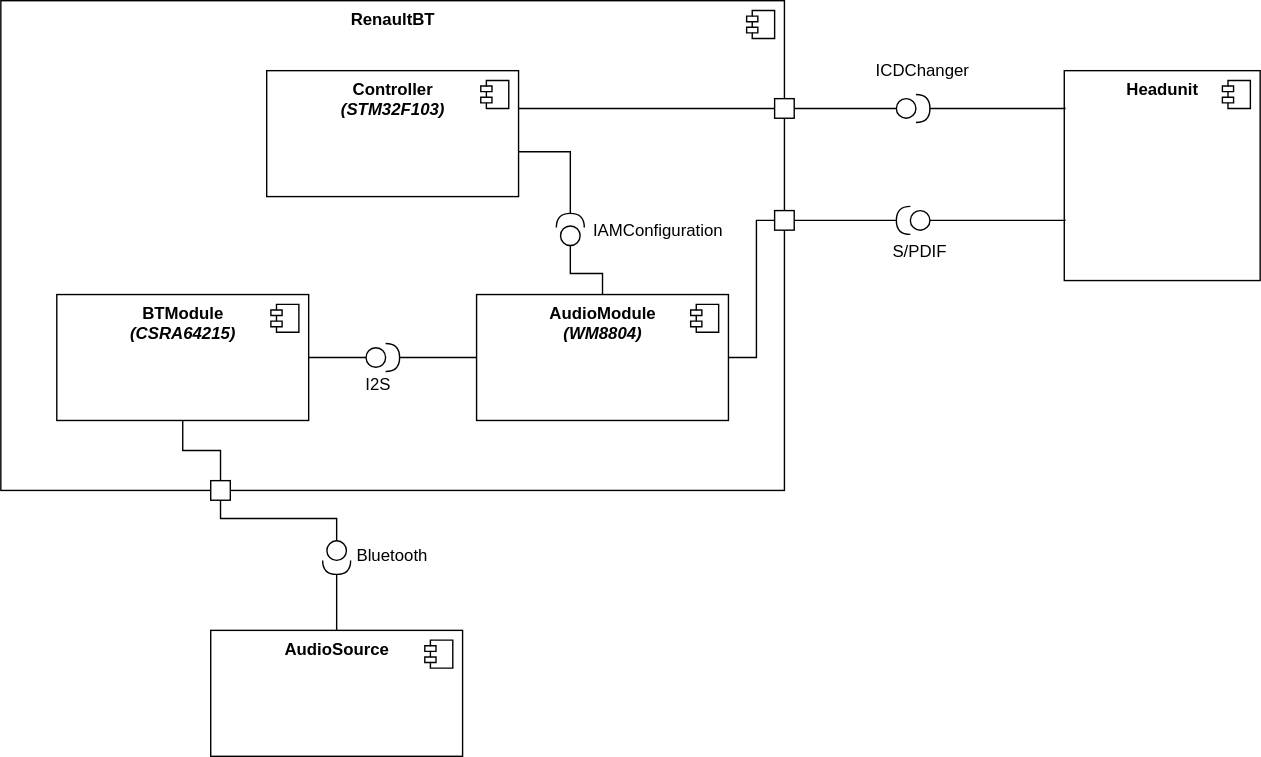
The draw.io diagram Docs/Components.svg in lengyela89/Renault-BT, before a commit. Source tidied: cells renumbered, new cells last; positions are measured from the earlier drawing's top-left corner, leaving out a move shared by most shapes.
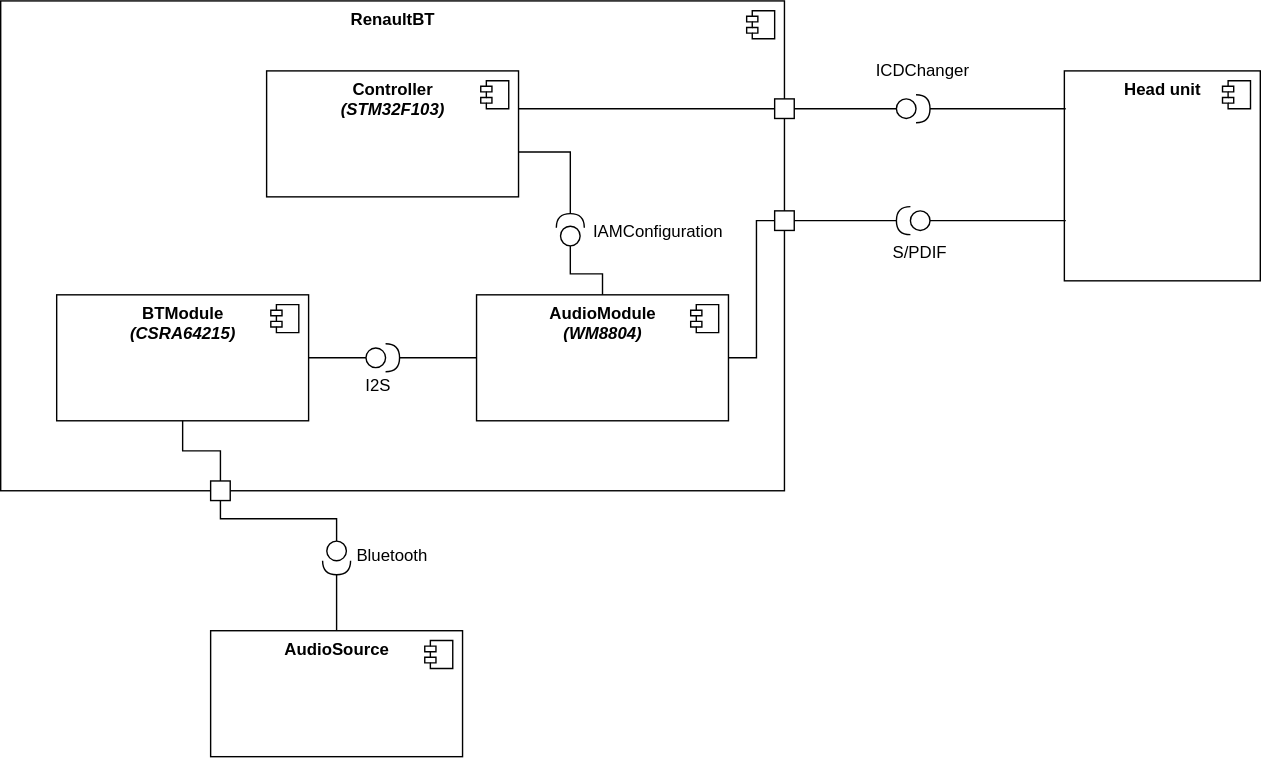
Later version of the same file.

Commit message:
Added simplified component diagram to describe the connection between the HU and CDC.

The edit, as a diff of the source:
```diff
@@ -110,7 +110,7 @@
     <mxCell id="27" style="whiteSpace=wrap;html=1;strokeWidth=1;" parent="1" vertex="1">
       <mxGeometry x="553" y="150" width="14" height="14" as="geometry" />
     </mxCell>
-    <mxCell id="28" value="&lt;b&gt;Headunit&lt;/b&gt;" style="html=1;verticalAlign=top;rotation=0;strokeWidth=1;" parent="1" vertex="1">
+    <mxCell id="28" value="&lt;b&gt;Head unit&lt;/b&gt;" style="html=1;verticalAlign=top;rotation=0;strokeWidth=1;" parent="1" vertex="1">
       <mxGeometry x="760" y="50" width="140" height="150" as="geometry" />
     </mxCell>
     <mxCell id="29" style="shape=component;jettyWidth=8;jettyHeight=4;" parent="28" vertex="1">
```
